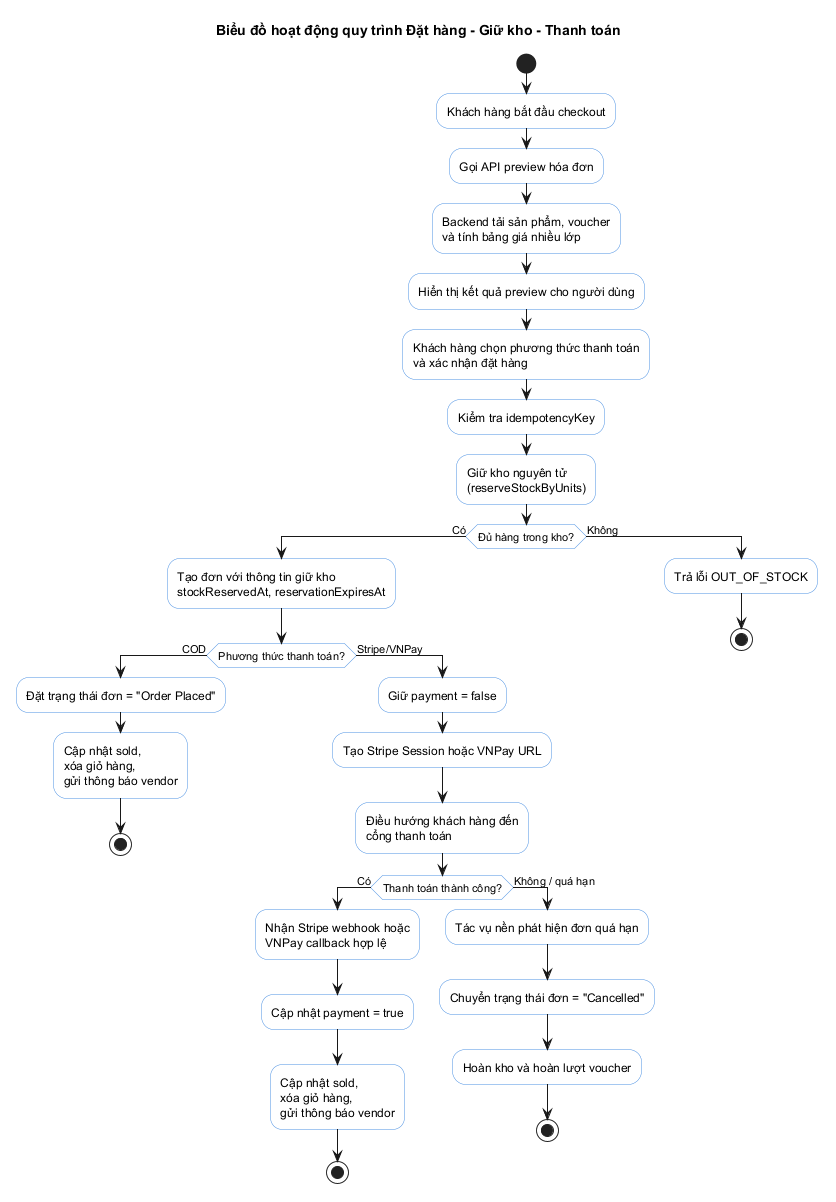
The PlantUML diagram report/Chuong/images/generated/checkout_process_activity.png in kiwwi1/DATN, before a commit. The source it was exported from:
```plantuml
@startuml
skinparam shadowing false
skinparam activity {
  BackgroundColor white
  BorderColor #4A90E2
  DiamondBackgroundColor white
}

title Biểu đồ hoạt động quy trình Đặt hàng - Giữ kho - Thanh toán

start

:Khách hàng bắt đầu checkout;
:Gọi API preview hóa đơn;
:Backend tải sản phẩm, voucher\nvà tính bảng giá nhiều lớp;
:Hiển thị kết quả preview cho người dùng;
:Khách hàng chọn phương thức thanh toán\nvà xác nhận đặt hàng;
:Kiểm tra idempotencyKey;
:Giữ kho nguyên tử\n(reserveStockByUnits);

if (Đủ hàng trong kho?) then (Có)
  :Tạo đơn với thông tin giữ kho\nstockReservedAt, reservationExpiresAt;

  if (Phương thức thanh toán?) then (COD)
    :Đặt trạng thái đơn = "Order Placed";
    :Cập nhật sold,\nxóa giỏ hàng,\ngửi thông báo vendor;
    stop
  else (Stripe/VNPay)
    :Giữ payment = false;
    :Tạo Stripe Session hoặc VNPay URL;
    :Điều hướng khách hàng đến\ncổng thanh toán;

    if (Thanh toán thành công?) then (Có)
      :Nhận Stripe webhook hoặc\nVNPay callback hợp lệ;
      :Cập nhật payment = true;
      :Cập nhật sold,\nxóa giỏ hàng,\ngửi thông báo vendor;
      stop
    else (Không / quá hạn)
      :Tác vụ nền phát hiện đơn quá hạn;
      :Chuyển trạng thái đơn = "Cancelled";
      :Hoàn kho và hoàn lượt voucher;
      stop
    endif
  endif
else (Không)
  :Trả lỗi OUT_OF_STOCK;
  stop
endif

@enduml
```
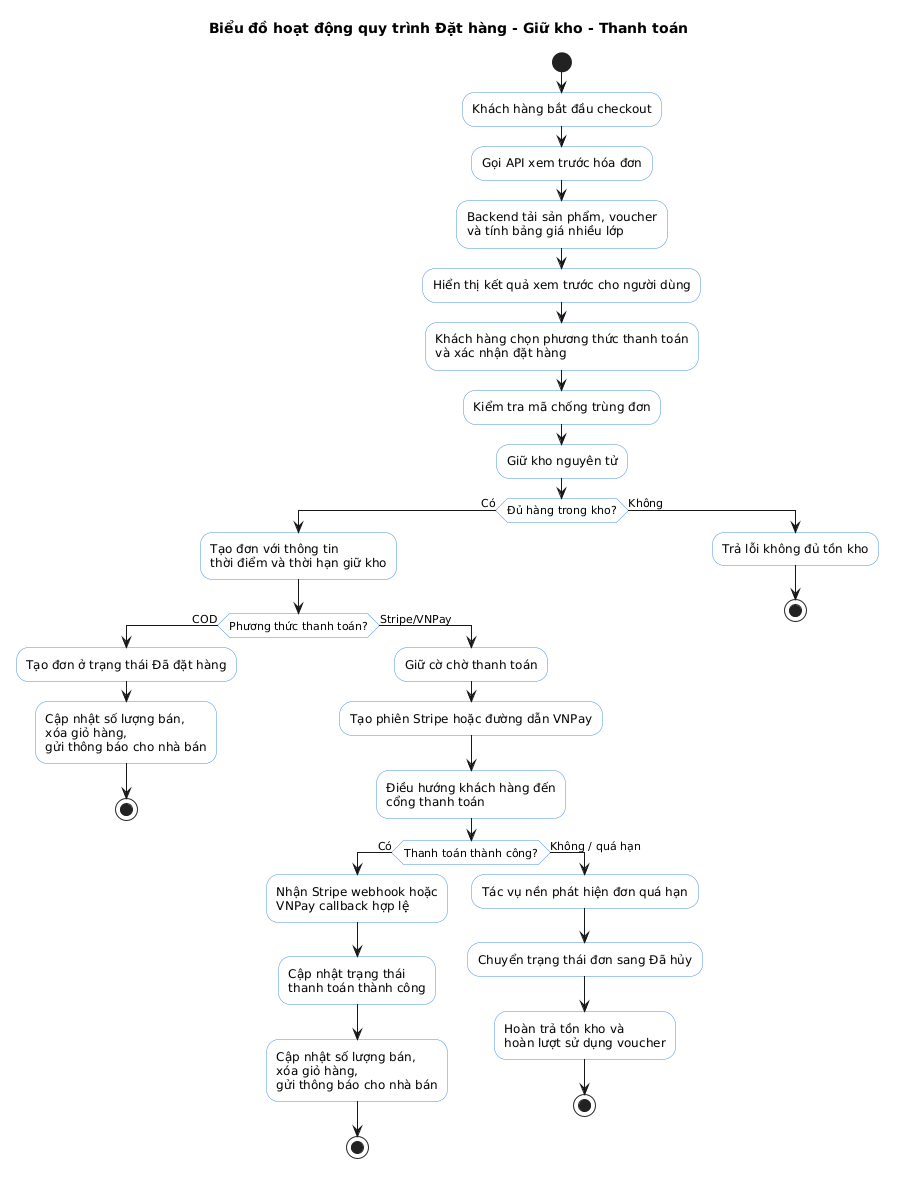
After the change.

The edit, as a diff of the source:
```diff
@@ -11,40 +11,39 @@
 start
 
 :Khách hàng bắt đầu checkout;
-:Gọi API preview hóa đơn;
+:Gọi API xem trước hóa đơn;
 :Backend tải sản phẩm, voucher\nvà tính bảng giá nhiều lớp;
-:Hiển thị kết quả preview cho người dùng;
+:Hiển thị kết quả xem trước cho người dùng;
 :Khách hàng chọn phương thức thanh toán\nvà xác nhận đặt hàng;
-:Kiểm tra idempotencyKey;
-:Giữ kho nguyên tử\n(reserveStockByUnits);
+:Kiểm tra mã chống trùng đơn;
+:Giữ kho nguyên tử;
 
 if (Đủ hàng trong kho?) then (Có)
-  :Tạo đơn với thông tin giữ kho\nstockReservedAt, reservationExpiresAt;
+  :Tạo đơn với thông tin\nthời điểm và thời hạn giữ kho;
 
   if (Phương thức thanh toán?) then (COD)
-    :Đặt trạng thái đơn = "Order Placed";
-    :Cập nhật sold,\nxóa giỏ hàng,\ngửi thông báo vendor;
+    :Tạo đơn ở trạng thái Đã đặt hàng;
+    :Cập nhật số lượng bán,\nxóa giỏ hàng,\ngửi thông báo cho nhà bán;
     stop
   else (Stripe/VNPay)
-    :Giữ payment = false;
-    :Tạo Stripe Session hoặc VNPay URL;
+    :Giữ cờ chờ thanh toán;
+    :Tạo phiên Stripe hoặc đường dẫn VNPay;
     :Điều hướng khách hàng đến\ncổng thanh toán;
 
     if (Thanh toán thành công?) then (Có)
       :Nhận Stripe webhook hoặc\nVNPay callback hợp lệ;
-      :Cập nhật payment = true;
-      :Cập nhật sold,\nxóa giỏ hàng,\ngửi thông báo vendor;
+      :Cập nhật trạng thái\nthanh toán thành công;
+      :Cập nhật số lượng bán,\nxóa giỏ hàng,\ngửi thông báo cho nhà bán;
       stop
     else (Không / quá hạn)
       :Tác vụ nền phát hiện đơn quá hạn;
-      :Chuyển trạng thái đơn = "Cancelled";
-      :Hoàn kho và hoàn lượt voucher;
+      :Chuyển trạng thái đơn sang Đã hủy;
+      :Hoàn trả tồn kho và\nhoàn lượt sử dụng voucher;
       stop
     endif
   endif
 else (Không)
-  :Trả lỗi OUT_OF_STOCK;
+  :Trả lỗi không đủ tồn kho;
   stop
 endif
-
 @enduml
```
